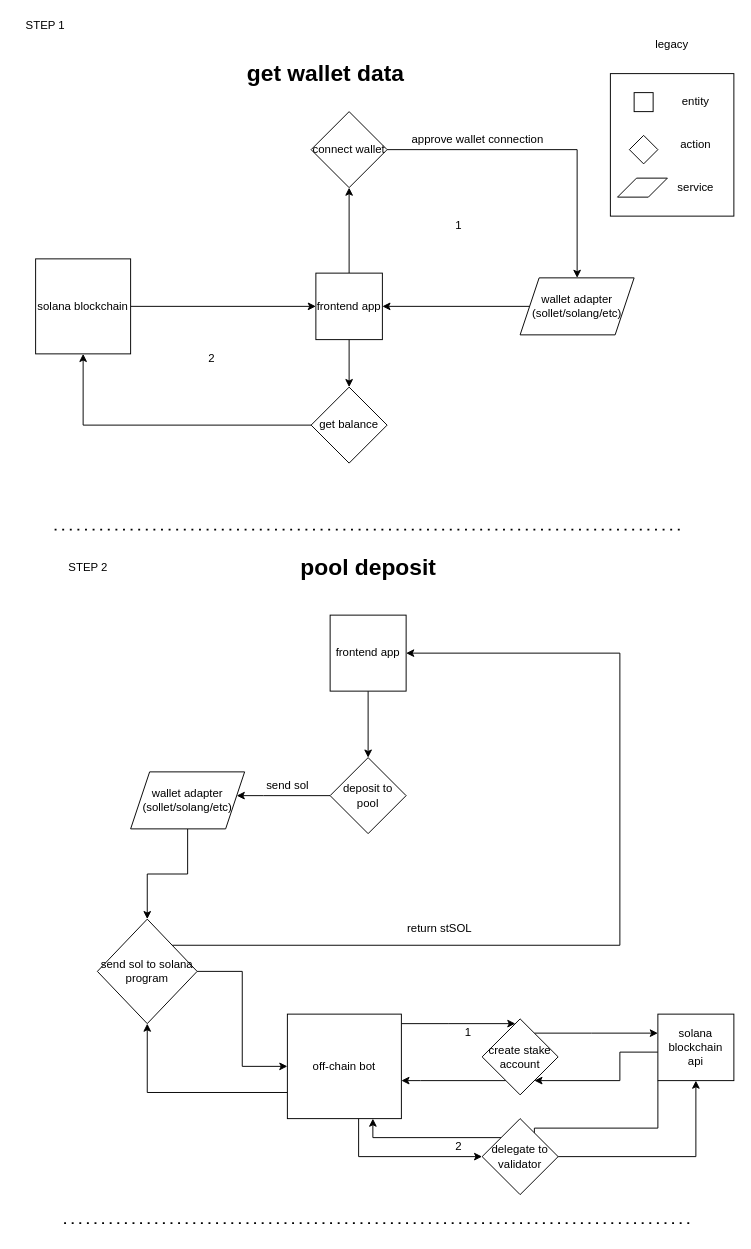
This is page "Flowchart" (2 of 2) of Untitled Diagram.drawio from AC-devon/jetter, a draw.io file, before an edit. Source tidied: cells renumbered, new cells numbered last; positions are measured from the earlier drawing's top-left corner, leaving out a move shared by most shapes. Both pictures are drawn from the tidied source at 95%, with x=0, y=0 at pixel (16, 16).
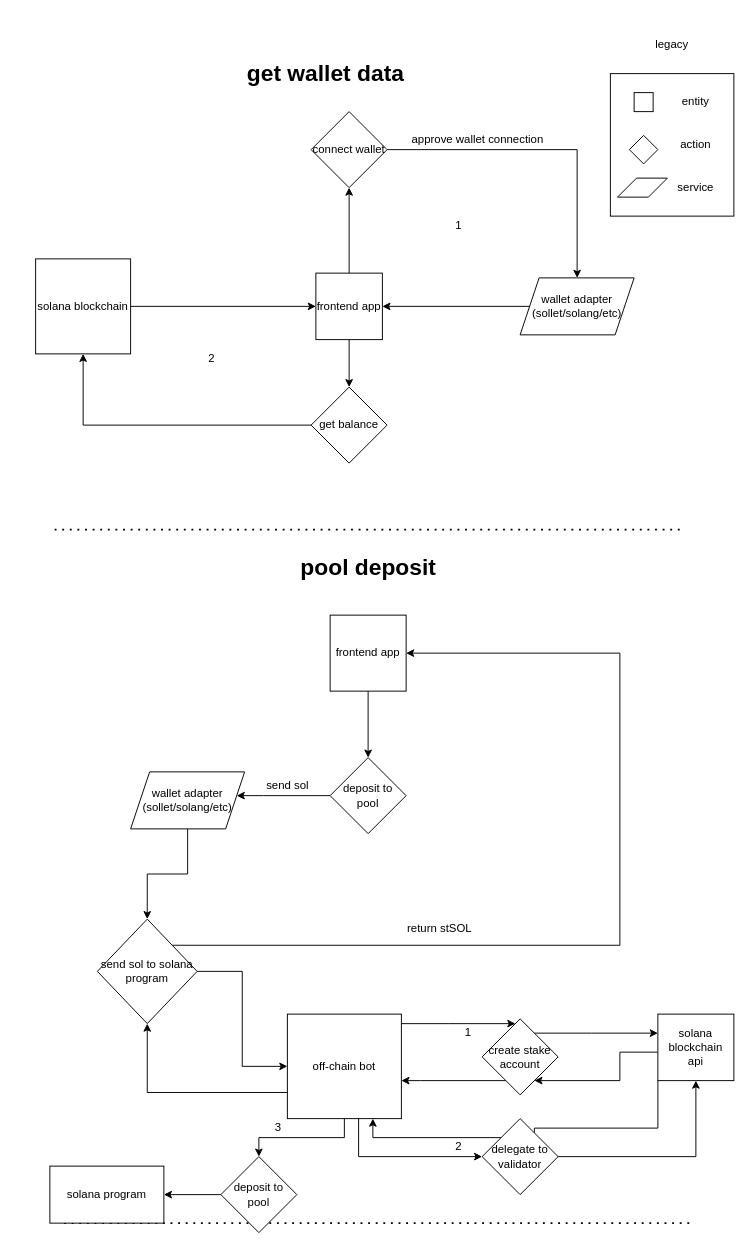
The same diagram, later.

The change refers to these unchanged cells:
```xml
<mxCell id="8" value="&lt;span&gt;off-chain bot&lt;/span&gt;" style="rounded=0;whiteSpace=wrap;html=1;" parent="1" vertex="1">
  <mxGeometry x="285" y="1050" width="120" height="110" as="geometry" />
</mxCell>
```

Diff of the diagram source:
```diff
@@
+    <mxCell id="56" style="edgeStyle=orthogonalEdgeStyle;rounded=0;jettySize=auto;html=1;" parent="1" edge="1" source="8" target="58">
+      <mxGeometry relative="1" as="geometry" />
+    </mxCell>
@@
-    <mxCell id="32" value="STEP 1&lt;br&gt;" style="text;html=1;align=center;verticalAlign=middle;" parent="1" vertex="1">
-      <mxGeometry width="60" height="20" as="geometry" />
-    </mxCell>
@@
-    <mxCell id="44" value="STEP 2" style="text;html=1;align=center;verticalAlign=middle;" parent="1" vertex="1">
-      <mxGeometry x="45" y="570" width="60" height="20" as="geometry" />
-    </mxCell>
@@
+    <mxCell id="57" style="edgeStyle=orthogonalEdgeStyle;rounded=0;jettySize=auto;html=1;" parent="1" edge="1" source="58" target="60">
+      <mxGeometry relative="1" as="geometry" />
+    </mxCell>
+    <mxCell id="58" value="deposit to&lt;br&gt;pool" style="rhombus;whiteSpace=wrap;html=1;rounded=0;" parent="1" vertex="1">
+      <mxGeometry x="215" y="1200" width="80" height="80" as="geometry" />
+    </mxCell>
+    <mxCell id="59" value="3" style="text;html=1;align=center;verticalAlign=middle;" parent="1" vertex="1">
+      <mxGeometry x="265" y="1160" width="20" height="20" as="geometry" />
+    </mxCell>
+    <mxCell id="60" value="solana program" style="whiteSpace=wrap;html=1;rounded=0;" parent="1" vertex="1">
+      <mxGeometry x="35" y="1210" width="120" height="60" as="geometry" />
+    </mxCell>
```
